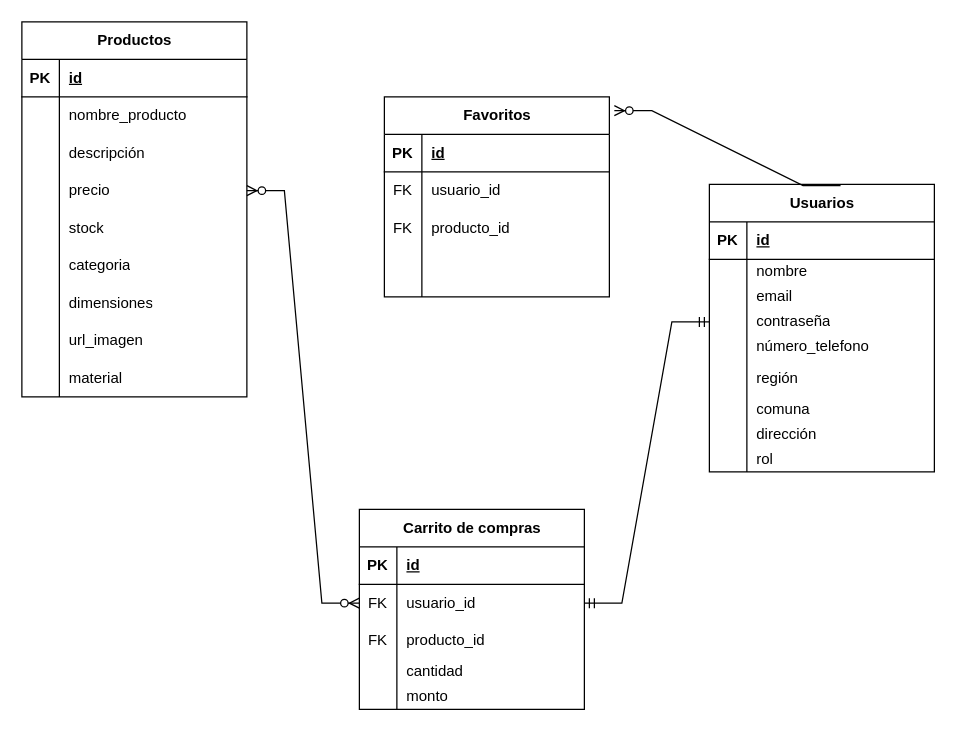
Before: Diagrama Tabla Ecommerce.drawio in Elmersont/Proyectos-personales, a draw.io diagram. Source tidied: cells renumbered, new cells numbered last; positions are measured from the earlier drawing's top-left corner, leaving out a move shared by most shapes. Both pictures are drawn from the tidied source at 125%, with x=0, y=0 at pixel (21, 21).
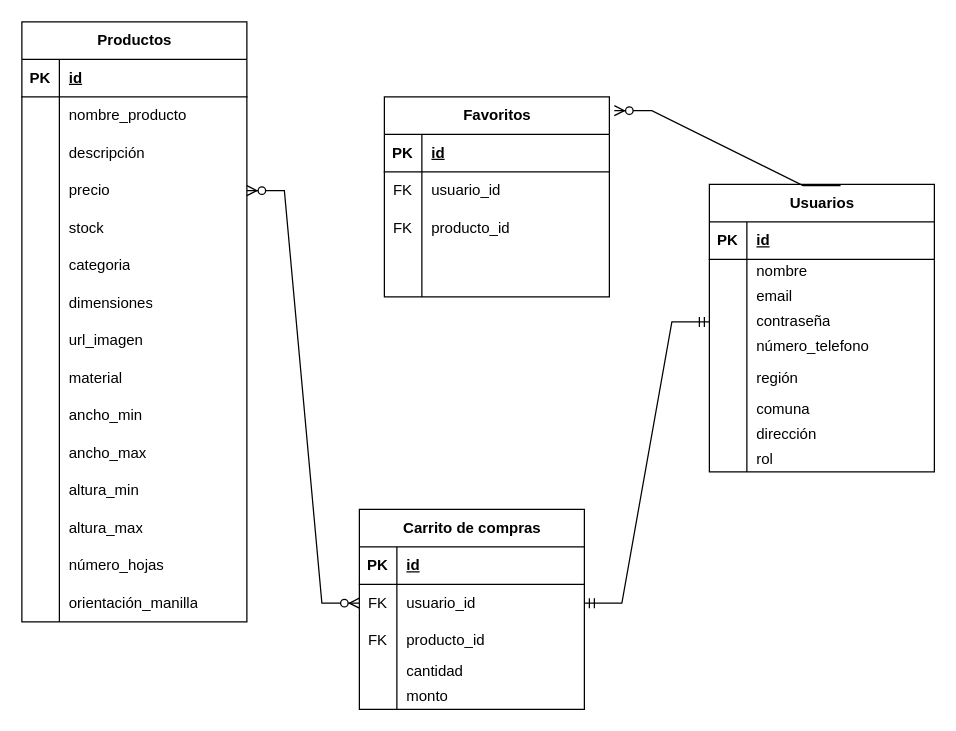
Above is the later version.

What changed in the source:
```diff
@@
     <mxCell id="2" value="Productos" style="shape=table;startSize=30;childLayout=tableLayout;rowLines=0;fontStyle=1;align=center;html=1;" parent="1" vertex="1">
-      <mxGeometry width="180" height="300" as="geometry" />
+      <mxGeometry width="180" height="480" as="geometry" />
     </mxCell>
@@
+    <mxCell id="93" style="shape=tableRow;horizontal=0;startSize=0;swimlaneHead=0;swimlaneBody=0;fillColor=none;top=0;left=0;right=0;bottom=0;" parent="2" vertex="1">
+      <mxGeometry y="300" width="180" height="30" as="geometry" />
+    </mxCell>
+    <mxCell id="94" style="shape=partialRectangle;fillColor=none;top=0;left=0;bottom=0;right=0;overflow=hidden;whiteSpace=wrap;html=1;" parent="93" vertex="1">
+      <mxGeometry width="30" height="30" as="geometry" />
+    </mxCell>
+    <mxCell id="95" value="ancho_min" style="shape=partialRectangle;fillColor=none;top=0;left=0;bottom=0;right=0;align=left;spacingLeft=6;overflow=hidden;whiteSpace=wrap;html=1;" parent="93" vertex="1">
+      <mxGeometry x="30" width="150" height="30" as="geometry" />
+    </mxCell>
+    <mxCell id="96" style="shape=tableRow;horizontal=0;startSize=0;swimlaneHead=0;swimlaneBody=0;fillColor=none;top=0;left=0;right=0;bottom=0;" parent="2" vertex="1">
+      <mxGeometry y="330" width="180" height="30" as="geometry" />
+    </mxCell>
+    <mxCell id="97" style="shape=partialRectangle;fillColor=none;top=0;left=0;bottom=0;right=0;overflow=hidden;whiteSpace=wrap;html=1;" parent="96" vertex="1">
+      <mxGeometry width="30" height="30" as="geometry" />
+    </mxCell>
+    <mxCell id="98" value="ancho_max" style="shape=partialRectangle;fillColor=none;top=0;left=0;bottom=0;right=0;align=left;spacingLeft=6;overflow=hidden;whiteSpace=wrap;html=1;" parent="96" vertex="1">
+      <mxGeometry x="30" width="150" height="30" as="geometry" />
+    </mxCell>
+    <mxCell id="99" style="shape=tableRow;horizontal=0;startSize=0;swimlaneHead=0;swimlaneBody=0;fillColor=none;top=0;left=0;right=0;bottom=0;" parent="2" vertex="1">
+      <mxGeometry y="360" width="180" height="30" as="geometry" />
+    </mxCell>
+    <mxCell id="100" style="shape=partialRectangle;fillColor=none;top=0;left=0;bottom=0;right=0;overflow=hidden;whiteSpace=wrap;html=1;" parent="99" vertex="1">
+      <mxGeometry width="30" height="30" as="geometry" />
+    </mxCell>
+    <mxCell id="101" value="altura_min" style="shape=partialRectangle;fillColor=none;top=0;left=0;bottom=0;right=0;align=left;spacingLeft=6;overflow=hidden;whiteSpace=wrap;html=1;" parent="99" vertex="1">
+      <mxGeometry x="30" width="150" height="30" as="geometry" />
+    </mxCell>
+    <mxCell id="102" style="shape=tableRow;horizontal=0;startSize=0;swimlaneHead=0;swimlaneBody=0;fillColor=none;top=0;left=0;right=0;bottom=0;" parent="2" vertex="1">
+      <mxGeometry y="390" width="180" height="30" as="geometry" />
+    </mxCell>
+    <mxCell id="103" style="shape=partialRectangle;fillColor=none;top=0;left=0;bottom=0;right=0;overflow=hidden;whiteSpace=wrap;html=1;" parent="102" vertex="1">
+      <mxGeometry width="30" height="30" as="geometry" />
+    </mxCell>
+    <mxCell id="104" value="altura_max" style="shape=partialRectangle;fillColor=none;top=0;left=0;bottom=0;right=0;align=left;spacingLeft=6;overflow=hidden;whiteSpace=wrap;html=1;" parent="102" vertex="1">
+      <mxGeometry x="30" width="150" height="30" as="geometry" />
+    </mxCell>
+    <mxCell id="105" style="shape=tableRow;horizontal=0;startSize=0;swimlaneHead=0;swimlaneBody=0;fillColor=none;top=0;left=0;right=0;bottom=0;" parent="2" vertex="1">
+      <mxGeometry y="420" width="180" height="30" as="geometry" />
+    </mxCell>
+    <mxCell id="106" style="shape=partialRectangle;fillColor=none;top=0;left=0;bottom=0;right=0;overflow=hidden;whiteSpace=wrap;html=1;" parent="105" vertex="1">
+      <mxGeometry width="30" height="30" as="geometry" />
+    </mxCell>
+    <mxCell id="107" value="número_hojas" style="shape=partialRectangle;fillColor=none;top=0;left=0;bottom=0;right=0;align=left;spacingLeft=6;overflow=hidden;whiteSpace=wrap;html=1;" parent="105" vertex="1">
+      <mxGeometry x="30" width="150" height="30" as="geometry" />
+    </mxCell>
+    <mxCell id="108" style="shape=tableRow;horizontal=0;startSize=0;swimlaneHead=0;swimlaneBody=0;fillColor=none;top=0;left=0;right=0;bottom=0;" parent="2" vertex="1">
+      <mxGeometry y="450" width="180" height="30" as="geometry" />
+    </mxCell>
+    <mxCell id="109" style="shape=partialRectangle;fillColor=none;top=0;left=0;bottom=0;right=0;overflow=hidden;whiteSpace=wrap;html=1;" parent="108" vertex="1">
+      <mxGeometry width="30" height="30" as="geometry" />
+    </mxCell>
+    <mxCell id="110" value="orientación_manilla" style="shape=partialRectangle;fillColor=none;top=0;left=0;bottom=0;right=0;align=left;spacingLeft=6;overflow=hidden;whiteSpace=wrap;html=1;" parent="108" vertex="1">
+      <mxGeometry x="30" width="150" height="30" as="geometry" />
+    </mxCell>
```
